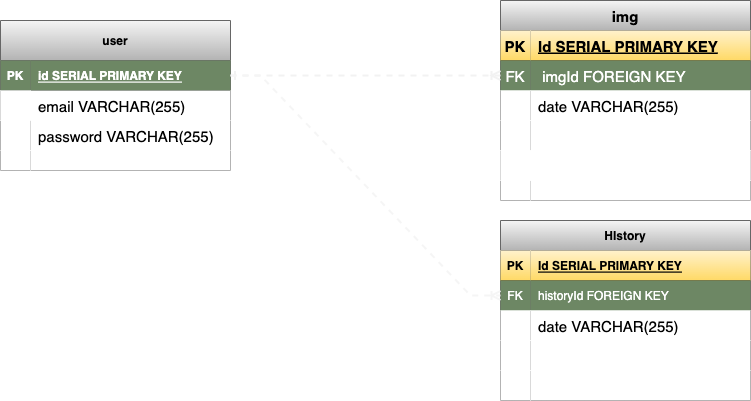
The draw.io diagram ERD.drawio.png in xxmark10xx/project-2, before a commit. Source tidied: cells renumbered, new cells last; positions are measured from the earlier drawing's top-left corner, leaving out a move shared by most shapes.
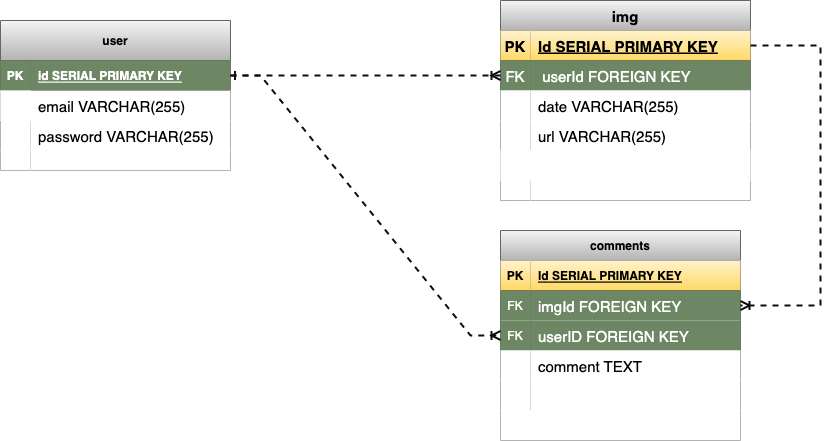
The same file after the commit.

What changed in the source:
```diff
@@ -59,7 +59,7 @@
     <mxCell id="20" value="FK" style="shape=partialRectangle;fillColor=#6d8764;top=0;left=0;bottom=0;right=0;fontStyle=0;overflow=hidden;fontSize=15;fontColor=#ffffff;strokeColor=#3A5431;" parent="19" vertex="1">
       <mxGeometry width="30" height="30" as="geometry" />
     </mxCell>
-    <mxCell id="21" value=" imgId FOREIGN KEY" style="shape=partialRectangle;fillColor=#6d8764;top=0;left=0;bottom=0;right=0;align=left;spacingLeft=6;fontStyle=0;overflow=hidden;fontSize=15;fontColor=#ffffff;strokeColor=#3A5431;" parent="19" vertex="1">
+    <mxCell id="21" value=" userId FOREIGN KEY" style="shape=partialRectangle;fillColor=#6d8764;top=0;left=0;bottom=0;right=0;align=left;spacingLeft=6;fontStyle=0;overflow=hidden;fontSize=15;fontColor=#ffffff;strokeColor=#3A5431;" parent="19" vertex="1">
       <mxGeometry x="30" width="220" height="30" as="geometry" />
     </mxCell>
     <mxCell id="22" style="shape=tableRow;horizontal=0;startSize=0;swimlaneHead=0;swimlaneBody=0;fillColor=none;top=0;left=0;right=0;bottom=0;fontSize=15;" parent="15" vertex="1">
@@ -77,7 +77,7 @@
     <mxCell id="26" style="shape=partialRectangle;top=0;left=0;bottom=0;right=0;overflow=hidden;fontSize=15;" parent="25" vertex="1">
       <mxGeometry width="30" height="30" as="geometry" />
     </mxCell>
-    <mxCell id="27" style="shape=partialRectangle;top=0;left=0;bottom=0;right=0;align=left;spacingLeft=6;overflow=hidden;fontSize=15;" parent="25" vertex="1">
+    <mxCell id="27" value="url VARCHAR(255)" style="shape=partialRectangle;top=0;left=0;bottom=0;right=0;align=left;spacingLeft=6;overflow=hidden;fontSize=15;" parent="25" vertex="1">
       <mxGeometry x="30" width="220" height="30" as="geometry" />
     </mxCell>
     <mxCell id="28" style="shape=tableRow;horizontal=0;startSize=0;swimlaneHead=0;swimlaneBody=0;top=0;left=0;right=0;bottom=0;fontSize=15;" parent="15" vertex="1">
@@ -98,59 +98,76 @@
     <mxCell id="33" style="shape=partialRectangle;top=0;left=0;bottom=0;right=0;align=left;spacingLeft=6;overflow=hidden;fontSize=15;" parent="31" vertex="1">
       <mxGeometry x="30" width="220" height="20" as="geometry" />
     </mxCell>
-    <mxCell id="34" style="edgeStyle=entityRelationEdgeStyle;fontSize=12;html=1;endArrow=ERoneToMany;rounded=0;exitX=1;exitY=0.5;exitDx=0;exitDy=0;startArrow=ERone;startFill=0;dashed=1;strokeWidth=2;entryX=0;entryY=0.5;entryDx=0;entryDy=0;strokeColor=#F2F2F2;" parent="1" edge="1" source="3" target="19">
+    <mxCell id="34" style="edgeStyle=entityRelationEdgeStyle;fontSize=12;html=1;endArrow=ERoneToMany;rounded=0;exitX=1;exitY=0.5;exitDx=0;exitDy=0;startArrow=ERone;startFill=0;dashed=1;strokeWidth=2;entryX=0;entryY=0.5;entryDx=0;entryDy=0;strokeColor=#0D0D0D;" parent="1" edge="1" source="3" target="19">
       <mxGeometry relative="1" as="geometry" />
     </mxCell>
-    <mxCell id="35" value="HIstory" style="shape=table;startSize=30;rowLines=0;fontStyle=1;align=center;fillColor=#f5f5f5;gradientColor=#b3b3b3;strokeColor=#666666;" parent="1" vertex="1">
-      <mxGeometry x="500" y="220" width="250" height="180" as="geometry" />
-    </mxCell>
-    <mxCell id="36" style="shape=tableRow;horizontal=0;startSize=0;swimlaneHead=0;swimlaneBody=0;fillColor=none;top=0;left=0;right=0;bottom=1;" parent="35" vertex="1">
-      <mxGeometry y="30" width="250" height="30" as="geometry" />
-    </mxCell>
+    <mxCell id="52" value="comments" style="shape=table;startSize=30;rowLines=0;fontStyle=1;align=center;fillColor=#f5f5f5;strokeColor=#666666;gradientColor=#b3b3b3;" parent="1" vertex="1">
+      <mxGeometry x="500" y="230" width="240" height="210" as="geometry" />
+    </mxCell>
+    <mxCell id="53" style="shape=tableRow;horizontal=0;startSize=0;swimlaneHead=0;swimlaneBody=0;fillColor=none;top=0;left=0;right=0;bottom=1;" parent="52" vertex="1">
+      <mxGeometry y="30" width="240" height="30" as="geometry" />
+    </mxCell>
-    <mxCell id="37" value="PK" style="shape=partialRectangle;fillColor=#fff2cc;top=0;left=0;bottom=0;right=0;fontStyle=1;overflow=hidden;gradientColor=#ffd966;strokeColor=#d6b656;" parent="36" vertex="1">
+    <mxCell id="37" value="PK" style="shape=partialRectangle;fillColor=#fff2cc;top=0;left=0;bottom=0;right=0;fontStyle=1;overflow=hidden;strokeColor=#d6b656;gradientColor=#ffd966;" parent="53" vertex="1">
       <mxGeometry width="30" height="30" as="geometry" />
     </mxCell>
-    <mxCell id="38" value="Id SERIAL PRIMARY KEY" style="shape=partialRectangle;fillColor=#fff2cc;top=0;left=0;bottom=0;right=0;align=left;spacingLeft=6;fontStyle=5;overflow=hidden;strokeColor=#d6b656;gradientColor=#ffd966;" parent="36" vertex="1">
-      <mxGeometry x="30" width="220" height="30" as="geometry" />
+    <mxCell id="38" value="Id SERIAL PRIMARY KEY" style="shape=partialRectangle;fillColor=#fff2cc;top=0;left=0;bottom=0;right=0;align=left;spacingLeft=6;fontStyle=5;overflow=hidden;strokeColor=#d6b656;gradientColor=#ffd966;" parent="53" vertex="1">
+      <mxGeometry x="30" width="210" height="30" as="geometry" />
     </mxCell>
-    <mxCell id="39" style="shape=tableRow;horizontal=0;startSize=0;swimlaneHead=0;swimlaneBody=0;fillColor=none;points=[[0,0.5],[1,0.5]];portConstraint=eastwest;top=0;left=0;right=0;bottom=0;" parent="35" vertex="1">
-      <mxGeometry y="60" width="250" height="30" as="geometry" />
-    </mxCell>
-    <mxCell id="40" value="FK" style="shape=partialRectangle;fillColor=#6d8764;top=0;left=0;bottom=0;right=0;fontStyle=0;overflow=hidden;fontColor=#ffffff;strokeColor=#3A5431;" parent="39" vertex="1">
-      <mxGeometry width="30" height="30" as="geometry" />
-    </mxCell>
-    <mxCell id="41" value="historyId FOREIGN KEY" style="shape=partialRectangle;fillColor=#6d8764;top=0;left=0;bottom=0;right=0;align=left;spacingLeft=6;fontStyle=0;overflow=hidden;fontColor=#ffffff;strokeColor=#3A5431;" parent="39" vertex="1">
-      <mxGeometry x="30" width="220" height="30" as="geometry" />
-    </mxCell>
-    <mxCell id="42" style="shape=tableRow;horizontal=0;startSize=0;swimlaneHead=0;swimlaneBody=0;fillColor=none;top=0;left=0;right=0;bottom=0;" parent="35" vertex="1">
-      <mxGeometry y="90" width="250" height="30" as="geometry" />
-    </mxCell>
-    <mxCell id="43" style="shape=partialRectangle;top=0;left=0;bottom=0;right=0;overflow=hidden;" parent="42" vertex="1">
-      <mxGeometry width="30" height="30" as="geometry" />
-    </mxCell>
-    <mxCell id="44" value="date VARCHAR(255)" style="shape=partialRectangle;top=0;left=0;bottom=0;right=0;align=left;spacingLeft=6;overflow=hidden;fontSize=15;" parent="42" vertex="1">
-      <mxGeometry x="30" width="220" height="30" as="geometry" />
-    </mxCell>
-    <mxCell id="45" style="shape=tableRow;horizontal=0;startSize=0;swimlaneHead=0;swimlaneBody=0;fillColor=none;top=0;left=0;right=0;bottom=0;" parent="35" vertex="1">
-      <mxGeometry y="120" width="250" height="30" as="geometry" />
-    </mxCell>
-    <mxCell id="46" style="shape=partialRectangle;top=0;left=0;bottom=0;right=0;overflow=hidden;" parent="45" vertex="1">
-      <mxGeometry width="30" height="30" as="geometry" />
-    </mxCell>
-    <mxCell id="47" style="shape=partialRectangle;top=0;left=0;bottom=0;right=0;align=left;spacingLeft=6;overflow=hidden;" parent="45" vertex="1">
-      <mxGeometry x="30" width="220" height="30" as="geometry" />
-    </mxCell>
-    <mxCell id="48" style="shape=tableRow;horizontal=0;startSize=0;swimlaneHead=0;swimlaneBody=0;fillColor=none;top=0;left=0;right=0;bottom=0;" parent="35" vertex="1">
-      <mxGeometry y="150" width="250" height="30" as="geometry" />
-    </mxCell>
-    <mxCell id="49" style="shape=partialRectangle;top=0;left=0;bottom=0;right=0;overflow=hidden;" parent="48" vertex="1">
-      <mxGeometry width="30" height="30" as="geometry" />
-    </mxCell>
-    <mxCell id="50" style="shape=partialRectangle;top=0;left=0;bottom=0;right=0;align=left;spacingLeft=6;overflow=hidden;" parent="48" vertex="1">
-      <mxGeometry x="30" width="220" height="30" as="geometry" />
-    </mxCell>
-    <mxCell id="51" style="edgeStyle=entityRelationEdgeStyle;fontSize=12;html=1;endArrow=ERoneToMany;rounded=0;exitX=1;exitY=0.5;exitDx=0;exitDy=0;entryX=0;entryY=0.5;entryDx=0;entryDy=0;dashed=1;strokeWidth=2;strokeColor=#F5F5F5;" parent="1" edge="1" source="3" target="39">
-      <mxGeometry relative="1" as="geometry" />
-    </mxCell>
+    <mxCell id="54" style="shape=tableRow;horizontal=0;startSize=0;swimlaneHead=0;swimlaneBody=0;fillColor=none;points=[[0,0.5],[1,0.5]];portConstraint=eastwest;top=0;left=0;right=0;bottom=0;" parent="52" vertex="1">
+      <mxGeometry y="60" width="240" height="30" as="geometry" />
+    </mxCell>
+    <mxCell id="55" value="FK" style="shape=partialRectangle;top=0;left=0;bottom=0;right=0;fontStyle=0;overflow=hidden;fillColor=#6d8764;fontColor=#ffffff;strokeColor=#3A5431;" parent="54" vertex="1">
+      <mxGeometry width="30" height="30" as="geometry" />
+    </mxCell>
+    <mxCell id="56" value="imgId FOREIGN KEY" style="shape=partialRectangle;top=0;left=0;bottom=0;right=0;align=left;spacingLeft=6;fontStyle=0;overflow=hidden;fontSize=15;fillColor=#6d8764;fontColor=#ffffff;strokeColor=#3A5431;" parent="54" vertex="1">
+      <mxGeometry x="30" width="210" height="30" as="geometry" />
+    </mxCell>
+    <mxCell id="57" style="shape=tableRow;horizontal=0;startSize=0;swimlaneHead=0;swimlaneBody=0;fillColor=none;top=0;left=0;right=0;bottom=0;" parent="52" vertex="1">
+      <mxGeometry y="90" width="240" height="30" as="geometry" />
+    </mxCell>
+    <mxCell id="58" value="FK" style="shape=partialRectangle;top=0;left=0;bottom=0;right=0;fontStyle=0;overflow=hidden;fillColor=#6d8764;fontColor=#ffffff;strokeColor=#3A5431;" parent="57" vertex="1">
+      <mxGeometry width="30" height="30" as="geometry" />
+    </mxCell>
+    <mxCell id="59" value="userID FOREIGN KEY" style="shape=partialRectangle;top=0;left=0;bottom=0;right=0;align=left;spacingLeft=6;fontStyle=0;overflow=hidden;fontSize=15;fillColor=#6d8764;fontColor=#ffffff;strokeColor=#3A5431;" parent="57" vertex="1">
+      <mxGeometry x="30" width="210" height="30" as="geometry" />
+    </mxCell>
+    <mxCell id="60" style="shape=tableRow;horizontal=0;startSize=0;swimlaneHead=0;swimlaneBody=0;fillColor=none;top=0;left=0;right=0;bottom=0;" parent="52" vertex="1">
+      <mxGeometry y="120" width="240" height="30" as="geometry" />
+    </mxCell>
+    <mxCell id="61" style="shape=partialRectangle;top=0;left=0;bottom=0;right=0;overflow=hidden;" parent="60" vertex="1">
+      <mxGeometry width="30" height="30" as="geometry" />
+    </mxCell>
+    <mxCell id="62" value="comment TEXT" style="shape=partialRectangle;top=0;left=0;bottom=0;right=0;align=left;spacingLeft=6;overflow=hidden;fontSize=15;" parent="60" vertex="1">
+      <mxGeometry x="30" width="210" height="30" as="geometry" />
+    </mxCell>
+    <mxCell id="63" style="shape=tableRow;horizontal=0;startSize=0;swimlaneHead=0;swimlaneBody=0;fillColor=none;top=0;left=0;right=0;bottom=0;" parent="52" vertex="1">
+      <mxGeometry y="150" width="240" height="30" as="geometry" />
+    </mxCell>
+    <mxCell id="64" style="shape=partialRectangle;top=0;left=0;bottom=0;right=0;overflow=hidden;" parent="63" vertex="1">
+      <mxGeometry width="30" height="30" as="geometry" />
+    </mxCell>
+    <mxCell id="65" style="shape=partialRectangle;top=0;left=0;bottom=0;right=0;align=left;spacingLeft=6;overflow=hidden;" parent="63" vertex="1">
+      <mxGeometry x="30" width="210" height="30" as="geometry" />
+    </mxCell>
+    <mxCell id="66" style="shape=tableRow;horizontal=0;startSize=0;swimlaneHead=0;swimlaneBody=0;top=0;left=0;right=0;bottom=0;" parent="52" vertex="1">
+      <mxGeometry y="180" width="240" height="30" as="geometry" />
+    </mxCell>
+    <mxCell id="67" style="shape=partialRectangle;fillColor=none;top=0;left=0;bottom=0;right=0;overflow=hidden;" parent="66" vertex="1">
+      <mxGeometry width="30" height="30" as="geometry" />
+    </mxCell>
+    <mxCell id="68" style="shape=partialRectangle;fillColor=none;top=0;left=0;bottom=0;right=0;align=left;spacingLeft=6;overflow=hidden;" parent="66" vertex="1">
+      <mxGeometry x="30" width="210" height="30" as="geometry" />
+    </mxCell>
+    <mxCell id="69" style="edgeStyle=entityRelationEdgeStyle;fontSize=12;html=1;endArrow=ERoneToMany;rounded=0;strokeColor=#0D0D0D;entryX=0;entryY=0.5;entryDx=0;entryDy=0;exitX=1;exitY=0.5;exitDx=0;exitDy=0;dashed=1;strokeWidth=2;" parent="1" edge="1" source="3" target="52">
+      <mxGeometry relative="1" as="geometry" />
+    </mxCell>
+    <mxCell id="70" style="edgeStyle=orthogonalEdgeStyle;fontSize=12;html=1;endArrow=ERoneToMany;rounded=0;dashed=1;strokeColor=#0D0D0D;strokeWidth=2;exitX=1;exitY=0.5;exitDx=0;exitDy=0;entryX=1;entryY=0.5;entryDx=0;entryDy=0;" parent="1" edge="1" source="16" target="54">
+      <mxGeometry relative="1" as="geometry">
+        <Array as="points">
+          <mxPoint x="820" y="45" />
+          <mxPoint x="820" y="305" />
+        </Array>
+      </mxGeometry>
+    </mxCell>
   </root>
 </mxGraphModel>
```
